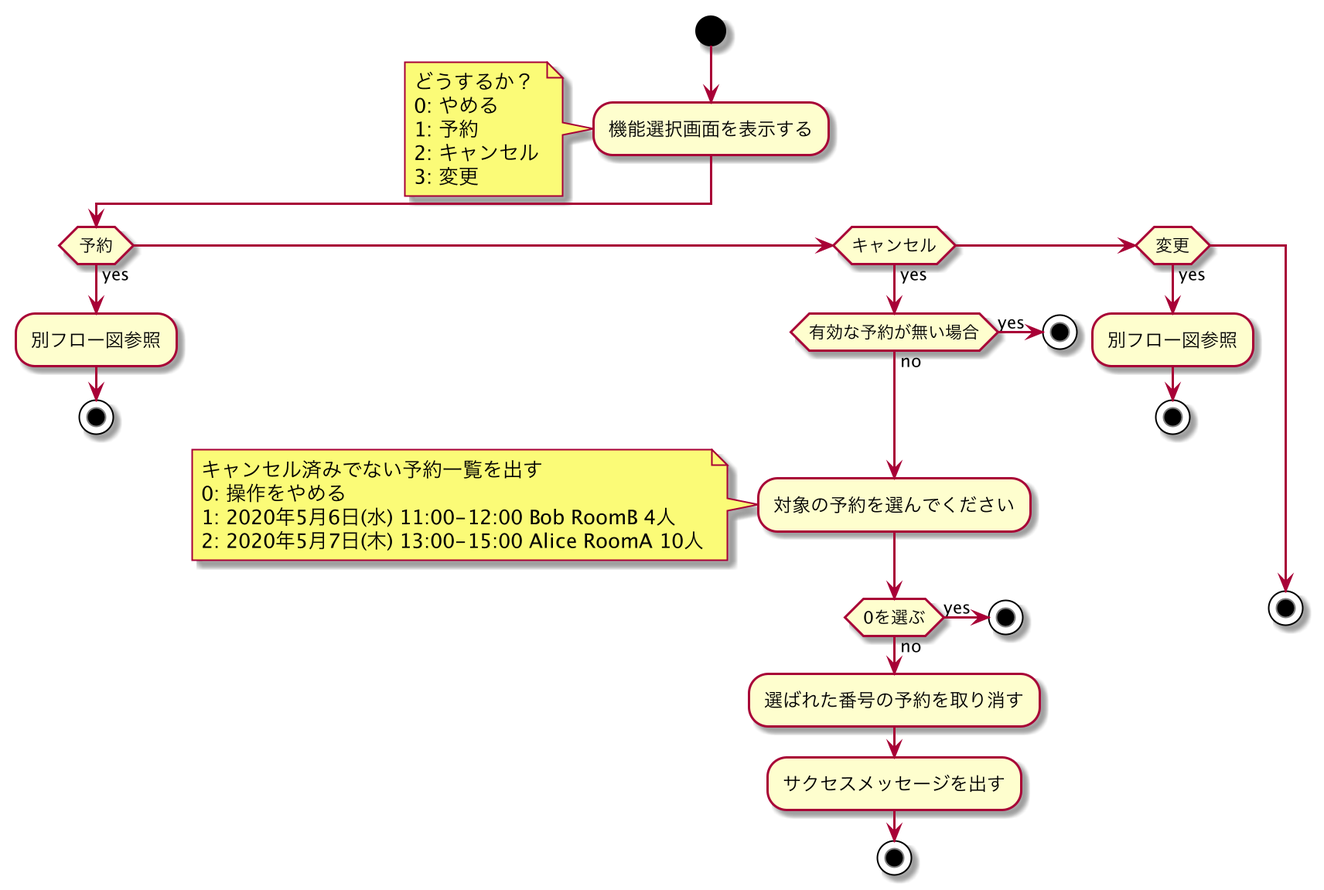
The PlantUML diagram diagram/latest/アプリフロー図_会議室をキャンセルする.png in ModelingKai/meeting-room-python, before a commit.
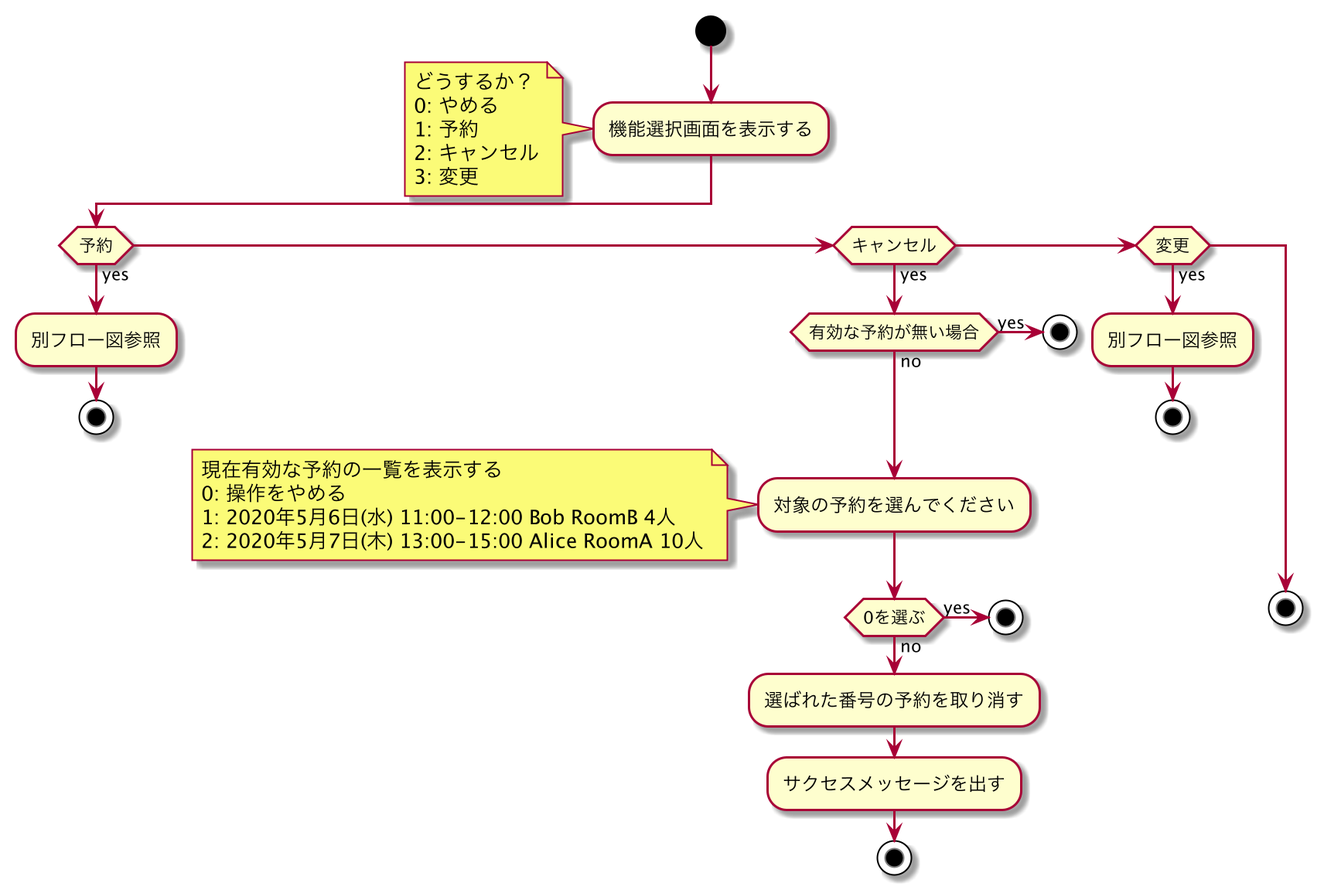
Later version of the same file.

The edit, as a diff of the source:
```diff
@@ -19,7 +19,7 @@
   endif
   :対象の予約を選んでください;
   note left
-  キャンセル済みでない予約一覧を出す
+  現在有効な予約の一覧を表示する
   0: 操作をやめる
   1: 2020年5月6日(水) 11:00-12:00 Bob RoomB 4人
   2: 2020年5月7日(木) 13:00-15:00 Alice RoomA 10人
```
